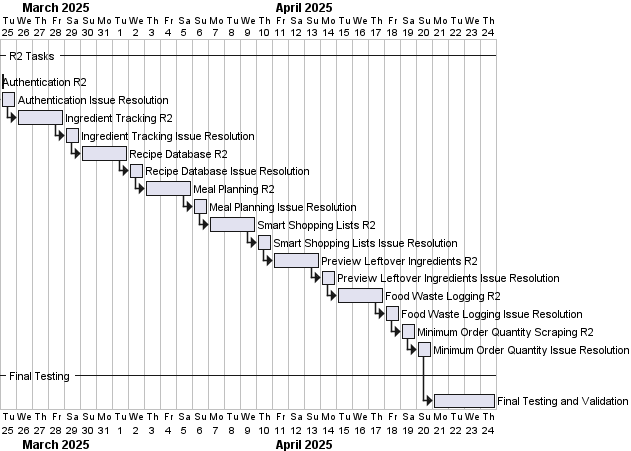
Earlier version of the PlantUML export out/documentation/designandmethods/plan/planoverview/planoverview-2.png (jbrun001/foodmanager).
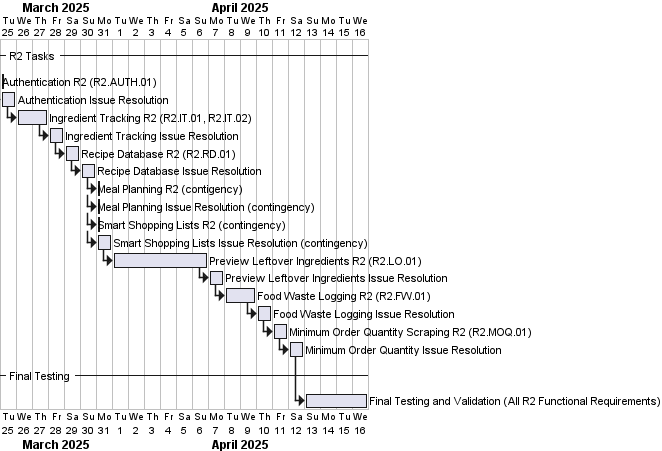
The same file after the commit.

Commit message:
updates to plan cross referenced the functional requirements

Diff of the diagram source:
```diff
@@ -3,24 +3,24 @@
 project starts the 2025-03-25
 
 -- R2 Tasks --
-[Authentication R2] starts at 2025-02-23 and lasts 0 days
-[Authentication Issue Resolution] starts at [Authentication R2]'s end and lasts 1 days
-[Ingredient Tracking R2] starts at [Authentication Issue Resolution]'s end and lasts 3 days
-[Ingredient Tracking Issue Resolution] starts at [Ingredient Tracking R2]'s end and lasts 1 days
-[Recipe Database R2] starts at [Ingredient Tracking Issue Resolution]'s end and lasts 3 days
-[Recipe Database Issue Resolution] starts at [Recipe Database R2]'s end and lasts 1 days
-[Meal Planning R2] starts at [Recipe Database Issue Resolution]'s end and lasts 3 days
-[Meal Planning Issue Resolution] starts at [Meal Planning R2]'s end and lasts 1 days
-[Smart Shopping Lists R2] starts at [Meal Planning Issue Resolution]'s end and lasts 3 days
-[Smart Shopping Lists Issue Resolution] starts at [Smart Shopping Lists R2]'s end and lasts 1 days
-[Preview Leftover Ingredients R2] starts at [Smart Shopping Lists Issue Resolution]'s end and lasts 3 days
-[Preview Leftover Ingredients Issue Resolution] starts at [Preview Leftover Ingredients R2]'s end and lasts 1 days
-[Food Waste Logging R2] starts at [Preview Leftover Ingredients Issue Resolution]'s end and lasts 3 days
-[Food Waste Logging Issue Resolution] starts at [Food Waste Logging R2]'s end and lasts 1 days
-[Minimum Order Quantity Scraping R2] starts at [Food Waste Logging Issue Resolution]'s end and lasts 1 days
-[Minimum Order Quantity Issue Resolution] starts at [Minimum Order Quantity Scraping R2]'s end and lasts 1 days
+[Authentication R2 (R2.AUTH.01)] starts at 2025-02-23 and lasts 0 days
+[Authentication Issue Resolution] starts at [Authentication R2 (R2.AUTH.01)]'s end and lasts 1 days
+[Ingredient Tracking R2 (R2.IT.01, R2.IT.02)] starts at [Authentication Issue Resolution]'s end and lasts 2 days
+[Ingredient Tracking Issue Resolution] starts at [Ingredient Tracking R2 (R2.IT.01, R2.IT.02)]'s end and lasts 1 days
+[Recipe Database R2 (R2.RD.01)] starts at [Ingredient Tracking Issue Resolution]'s end and lasts 1 days
+[Recipe Database Issue Resolution] starts at [Recipe Database R2 (R2.RD.01)]'s end and lasts 1 days
+[Meal Planning R2 (contigency)] starts at [Recipe Database Issue Resolution]'s end and lasts 0 days
+[Meal Planning Issue Resolution (contingency)] starts at [Meal Planning R2 (contigency)]'s end and lasts 0 days
+[Smart Shopping Lists R2 (contingency)] starts at [Meal Planning Issue Resolution (contingency)]'s end and lasts 0 days
+[Smart Shopping Lists Issue Resolution (contingency)] starts at [Smart Shopping Lists R2 (contingency)]'s end and lasts 1 days
+[Preview Leftover Ingredients R2 (R2.LO.01)] starts at [Smart Shopping Lists Issue Resolution (contingency)]'s end and lasts 6 days
+[Preview Leftover Ingredients Issue Resolution] starts at [Preview Leftover Ingredients R2 (R2.LO.01)]'s end and lasts 1 days
+[Food Waste Logging R2 (R2.FW.01)] starts at [Preview Leftover Ingredients Issue Resolution]'s end and lasts 2 days
+[Food Waste Logging Issue Resolution] starts at [Food Waste Logging R2 (R2.FW.01)]'s end and lasts 1 days
+[Minimum Order Quantity Scraping R2 (R2.MOQ.01)] starts at [Food Waste Logging Issue Resolution]'s end and lasts 1 days
+[Minimum Order Quantity Issue Resolution] starts at [Minimum Order Quantity Scraping R2 (R2.MOQ.01)]'s end and lasts 1 days
 
 -- Final Testing --
-[Final Testing and Validation] starts at [Minimum Order Quantity Issue Resolution]'s end and lasts 4 days
+[Final Testing and Validation (All R2 Functional Requirements)] starts at [Minimum Order Quantity Issue Resolution]'s end and lasts 4 days
 
 @endgantt
```
